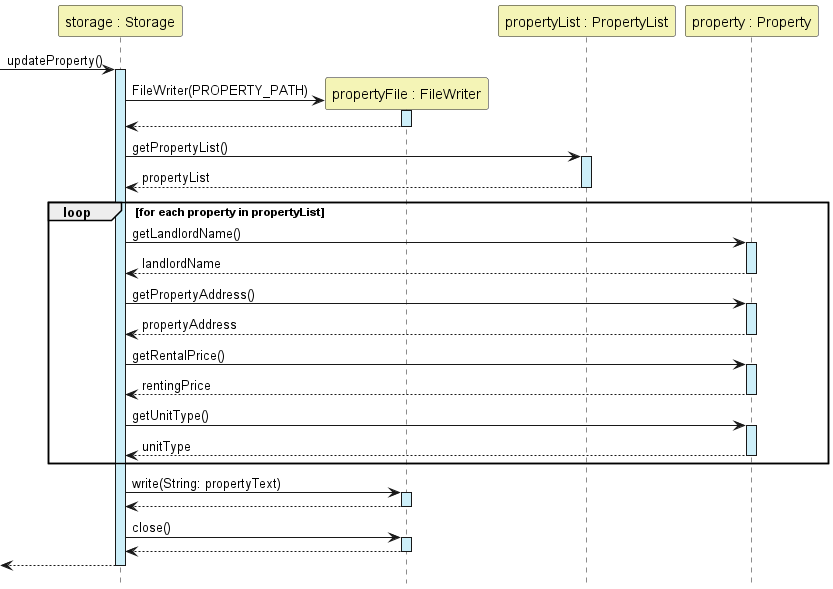
This is docs/diagrams/StorageUpdatePropertySequenceDiagram.png from nus-cs2113-AY2223S1/tp, a PlantUML export, as it was before one commit.
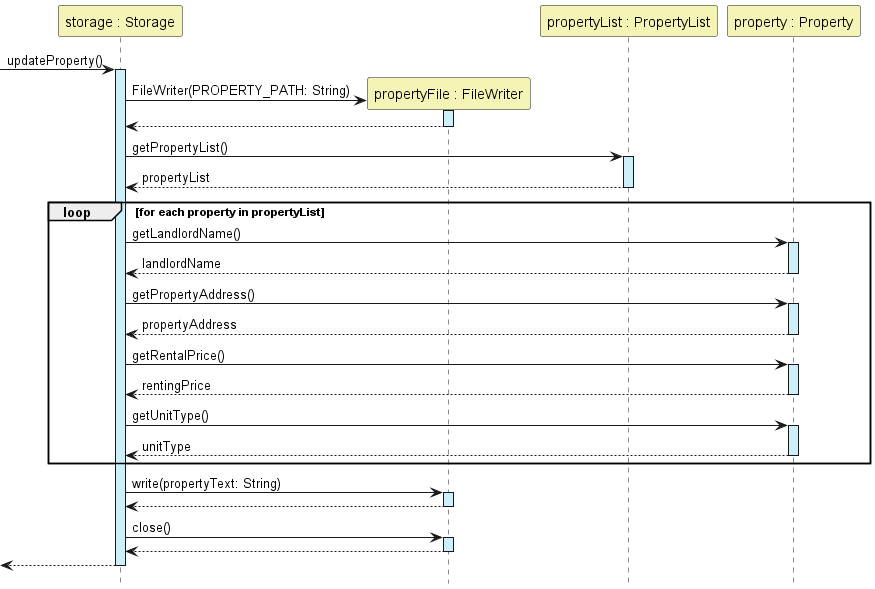
The same diagram one commit later.

Diff of the diagram source:
```diff
@@ -11,7 +11,7 @@
 activate Storage #CDEFF9
 
 create FileWriter
-Storage -> FileWriter:FileWriter(PROPERTY_PATH)
+Storage -> FileWriter:FileWriter(PROPERTY_PATH: String)
 activate FileWriter #CDEFF9
 return
 
@@ -37,7 +37,7 @@
         return unitType
     end
 
-Storage -> FileWriter:write(String: propertyText)
+Storage -> FileWriter:write(propertyText: String)
 activate FileWriter #CDEFF9
 return
 
```
